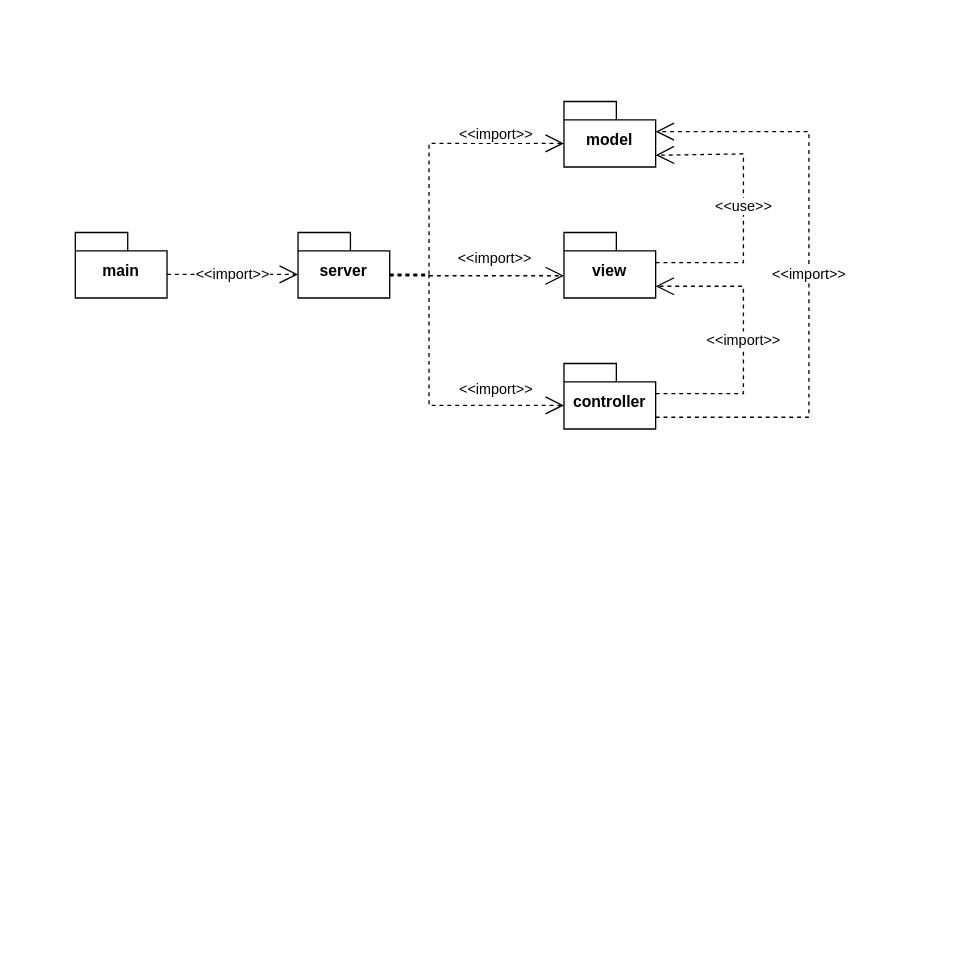
Above: lab2/package_diagram.drawio in AndreSS-ntp/PAP_labs (draw.io), before the change. Source tidied: cells renumbered, new cells numbered last; positions are measured from the earlier drawing's top-left corner, leaving out a move shared by most shapes. Both pictures are drawn from the tidied source at 131%, with x=0, y=0 at pixel (75, 101).
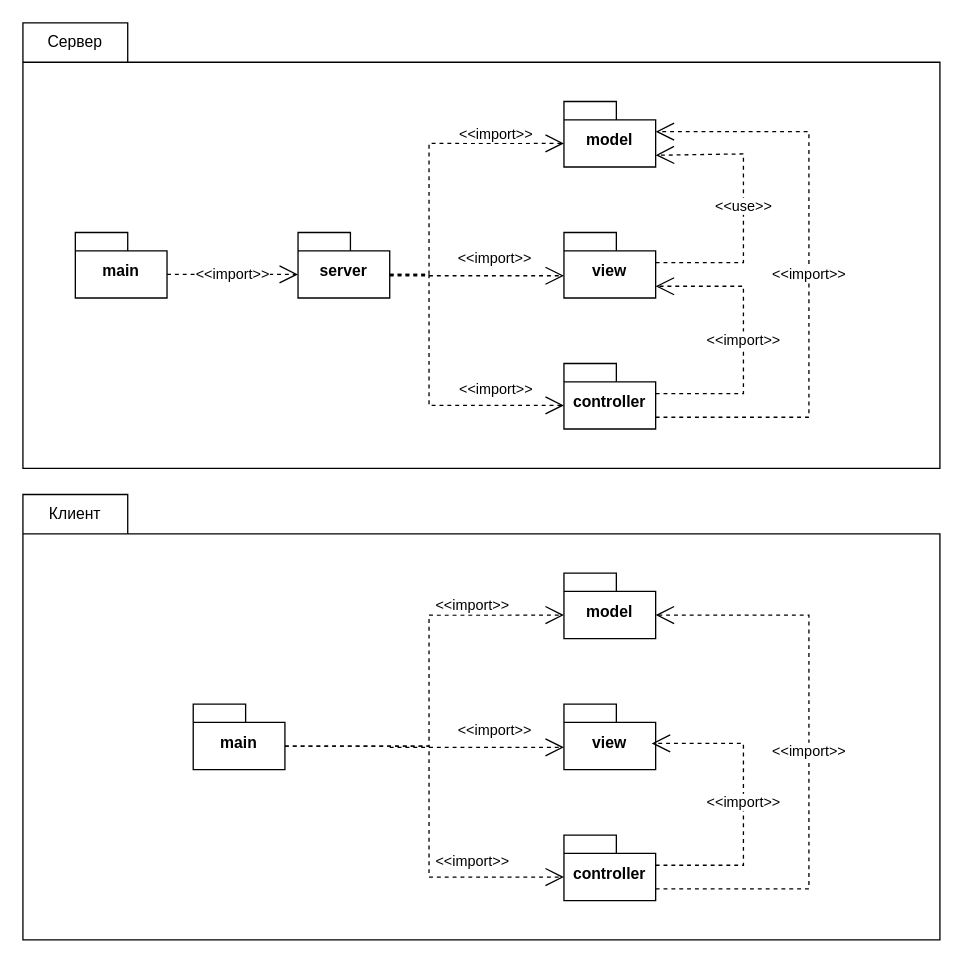
Above is the later version.

Commit message:
add client part to package diagram

Diff of the diagram source:
```diff
@@
+    <mxCell id="14" style="shape=folder;fontStyle=1;spacingTop=10;tabWidth=80;tabHeight=30;tabPosition=left;html=1;whiteSpace=wrap;textShadow=1;labelPosition=left;verticalLabelPosition=top;align=right;verticalAlign=bottom;" parent="1" vertex="1">
+      <mxGeometry x="-40" y="-60" width="700" height="340" as="geometry" />
+    </mxCell>
@@
+    <mxCell id="15" value="Сервер" style="text;html=1;align=center;verticalAlign=middle;whiteSpace=wrap;rounded=0;" parent="1" vertex="1">
+      <mxGeometry x="-30" y="-60" width="60" height="30" as="geometry" />
+    </mxCell>
+    <mxCell id="16" style="shape=folder;fontStyle=1;spacingTop=10;tabWidth=80;tabHeight=30;tabPosition=left;html=1;whiteSpace=wrap;textShadow=1;labelPosition=left;verticalLabelPosition=top;align=right;verticalAlign=bottom;" parent="1" vertex="1">
+      <mxGeometry x="-40" y="300" width="700" height="340" as="geometry" />
+    </mxCell>
+    <mxCell id="17" value="main" style="shape=folder;fontStyle=1;spacingTop=10;tabWidth=40;tabHeight=14;tabPosition=left;html=1;whiteSpace=wrap;shadow=0;" parent="1" vertex="1">
+      <mxGeometry x="90" y="460" width="70" height="50" as="geometry" />
+    </mxCell>
+    <mxCell id="18" value="model" style="shape=folder;fontStyle=1;spacingTop=10;tabWidth=40;tabHeight=14;tabPosition=left;html=1;whiteSpace=wrap;shadow=0;" parent="1" vertex="1">
+      <mxGeometry x="373" y="360" width="70" height="50" as="geometry" />
+    </mxCell>
+    <mxCell id="19" value="view" style="shape=folder;fontStyle=1;spacingTop=10;tabWidth=40;tabHeight=14;tabPosition=left;html=1;whiteSpace=wrap;shadow=0;" parent="1" vertex="1">
+      <mxGeometry x="373" y="460" width="70" height="50" as="geometry" />
+    </mxCell>
+    <mxCell id="20" value="controller" style="shape=folder;fontStyle=1;spacingTop=10;tabWidth=40;tabHeight=14;tabPosition=left;html=1;whiteSpace=wrap;shadow=0;" parent="1" vertex="1">
+      <mxGeometry x="373" y="560" width="70" height="50" as="geometry" />
+    </mxCell>
+    <mxCell id="21" value="&amp;lt;&amp;lt;import&amp;gt;&amp;gt;" style="endArrow=open;endSize=12;dashed=1;html=1;rounded=0;exitX=0;exitY=0;exitDx=70;exitDy=32;exitPerimeter=0;entryX=0;entryY=0;entryDx=0;entryDy=32;entryPerimeter=0;shadow=0;" parent="1" edge="1">
+      <mxGeometry x="0.2" y="13" relative="1" as="geometry">
+        <mxPoint x="240" y="493" as="sourcePoint" />
+        <mxPoint x="373" y="493" as="targetPoint" />
+      </mxGeometry>
+    </mxCell>
+    <mxCell id="22" value="&amp;lt;&amp;lt;import&amp;gt;&amp;gt;" style="endArrow=open;endSize=12;dashed=1;html=1;rounded=0;exitX=0;exitY=0;exitDx=70;exitDy=32;exitPerimeter=0;entryX=0;entryY=0;entryDx=0;entryDy=32;entryPerimeter=0;shadow=0;" parent="1" edge="1" source="17" target="18">
+      <mxGeometry x="0.55" y="7" relative="1" as="geometry">
+        <Array as="points">
+          <mxPoint x="270" y="492" />
+          <mxPoint x="270" y="392" />
+        </Array>
+      </mxGeometry>
+    </mxCell>
+    <mxCell id="23" value="&amp;lt;&amp;lt;import&amp;gt;&amp;gt;" style="endArrow=open;endSize=12;dashed=1;html=1;rounded=0;exitX=0;exitY=0;exitDx=70;exitDy=32;exitPerimeter=0;entryX=0;entryY=0;entryDx=0;entryDy=32;entryPerimeter=0;shadow=0;" parent="1" edge="1" source="17" target="20">
+      <mxGeometry x="0.55" y="12" relative="1" as="geometry">
+        <Array as="points">
+          <mxPoint x="270" y="492" />
+          <mxPoint x="270" y="592" />
+        </Array>
+      </mxGeometry>
+    </mxCell>
+    <mxCell id="24" value="&amp;lt;&amp;lt;import&amp;gt;&amp;gt;" style="endArrow=open;endSize=12;dashed=1;html=1;rounded=0;exitX=0;exitY=0;exitDx=70;exitDy=23;exitPerimeter=0;entryX=0.957;entryY=0.6;entryDx=0;entryDy=0;entryPerimeter=0;shadow=0;" parent="1" edge="1" source="20" target="19">
+      <mxGeometry relative="1" as="geometry">
+        <Array as="points">
+          <mxPoint x="510" y="583" />
+          <mxPoint x="510" y="490" />
+          <mxPoint x="470" y="490" />
+        </Array>
+      </mxGeometry>
+    </mxCell>
+    <mxCell id="25" value="&amp;lt;&amp;lt;import&amp;gt;&amp;gt;" style="endArrow=open;endSize=12;dashed=1;html=1;rounded=0;exitX=0;exitY=0;exitDx=70;exitDy=41;exitPerimeter=0;entryX=0;entryY=0;entryDx=70;entryDy=32;entryPerimeter=0;shadow=0;" parent="1" edge="1" source="20" target="18">
+      <mxGeometry relative="1" as="geometry">
+        <Array as="points">
+          <mxPoint x="560" y="601" />
+          <mxPoint x="560" y="392" />
+        </Array>
+      </mxGeometry>
+    </mxCell>
+    <mxCell id="26" value="Клиент" style="text;html=1;align=center;verticalAlign=middle;whiteSpace=wrap;rounded=0;" parent="1" vertex="1">
+      <mxGeometry x="-30" y="300" width="60" height="30" as="geometry" />
+    </mxCell>
```
